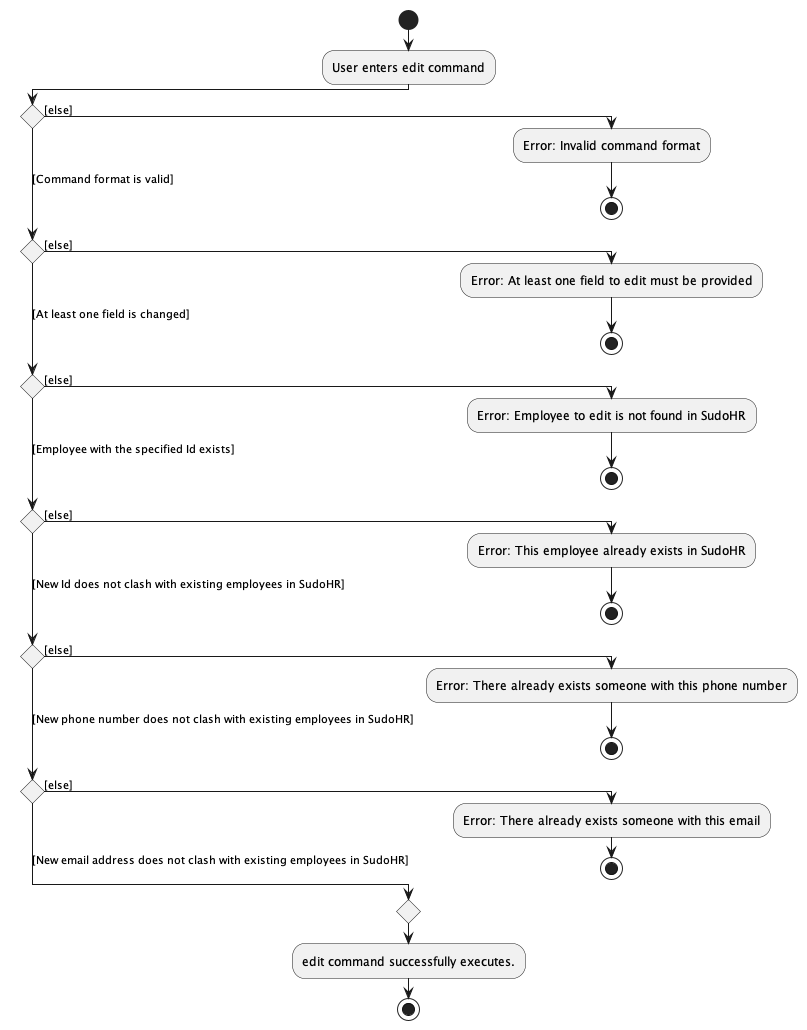
Earlier version of the PlantUML export docs/images/commands/employee/EditEmployeeActivityDiagram.png (nus-cs2103-AY2223S2/tp). Source of this version:
```plantuml
@startuml
!pragma useVerticalIf on
start
:User enters edit command;
if () then ([else])
  :Error: Invalid command format;
  stop
([Command format is valid] )elseif () then ([else])
  :Error: At least one field to edit must be provided;
   stop
([At least one field is changed]) elseif () then ([else])
  :Error: Employee to edit is not found in SudoHR;
   stop
([Employee with the specified Id exists]) elseif () then ([else])
   :Error: This employee already exists in SudoHR;
   stop
([New Id does not clash with existing employees in SudoHR]) elseif() then ([else])
   :Error: There already exists someone with this phone number;
   stop
([New phone number does not clash with existing employees in SudoHR]) elseif() then ([else])
   :Error: There already exists someone with this email;
   stop

else ([New email address does not clash with existing employees in SudoHR])

endif
  :edit command successfully executes.;
stop

@enduml
```
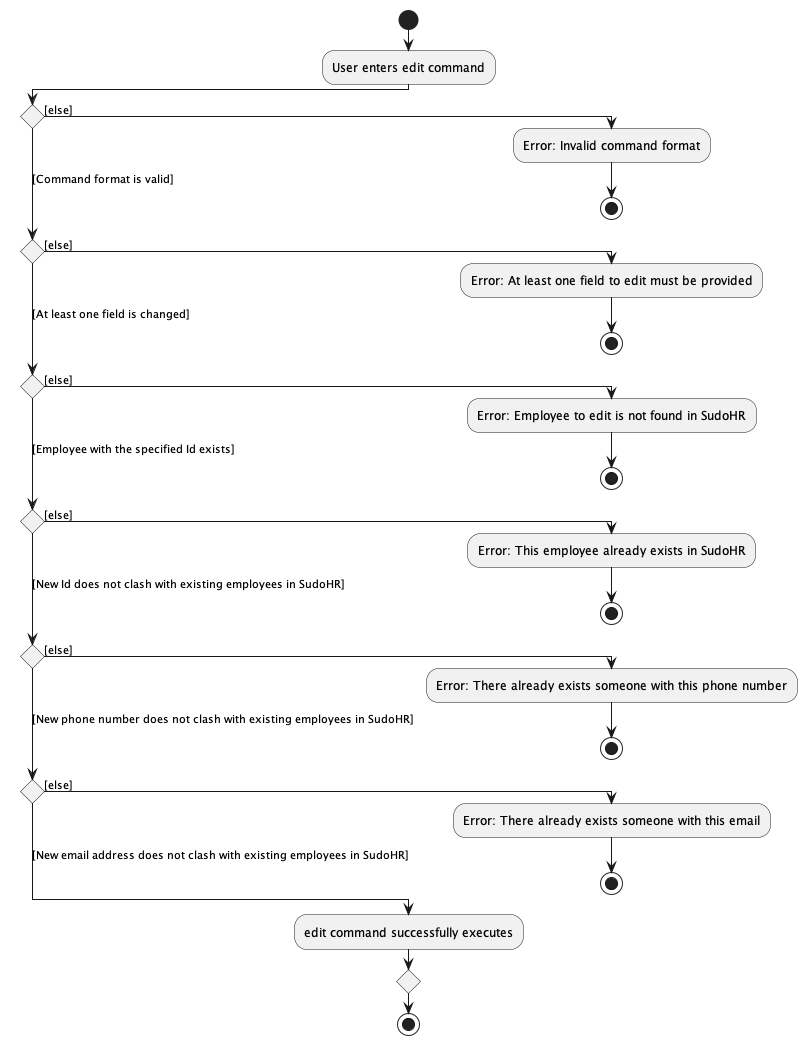
After the commit.

Change to the diagram source:
```diff
@@ -22,9 +22,8 @@
    stop
 
 else ([New email address does not clash with existing employees in SudoHR])
-
-endif
-  :edit command successfully executes.;
+  :edit command successfully executes;
+  endif
 stop
 
 @enduml
```
